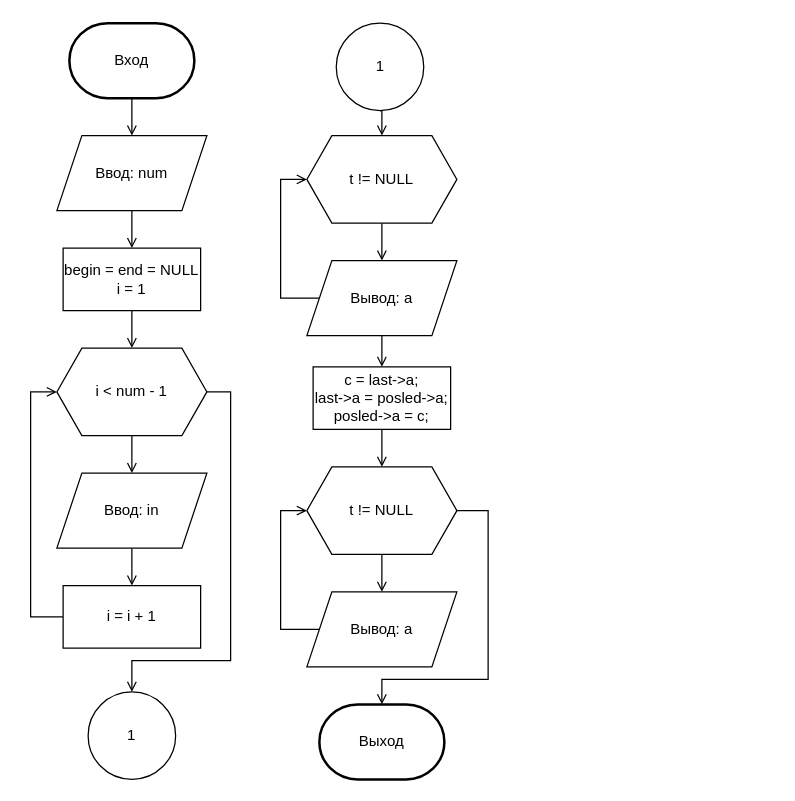
ArgumenTiKi/labs keeps this draw.io diagram as laba9.drawio. Above is the earlier version. Source tidied: cells renumbered, new cells numbered last; positions are measured from the earlier drawing's top-left corner, leaving out a move shared by most shapes. Both pictures are drawn from the tidied source at 125%, with x=0, y=0 at pixel (30, 22).
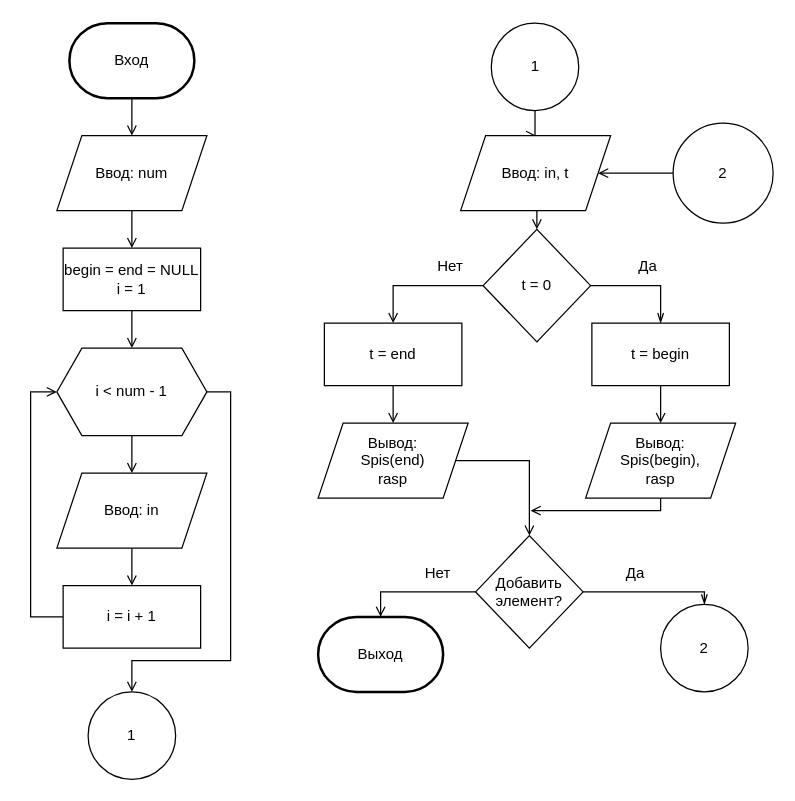
After the change.

Change to the diagram source:
```diff
@@
     <mxCell id="4" value="Выход" style="strokeWidth=2;html=1;shape=mxgraph.flowchart.terminator;whiteSpace=wrap;" parent="1" vertex="1">
-      <mxGeometry x="231" y="545" width="100" height="60" as="geometry" />
+      <mxGeometry x="230" y="475" width="100" height="60" as="geometry" />
     </mxCell>
@@
-    <mxCell id="13" style="edgeStyle=orthogonalEdgeStyle;rounded=0;jettySize=auto;html=1;exitX=0.5;exitY=1;exitDx=0;exitDy=0;entryX=0.5;entryY=0;entryDx=0;entryDy=0;endArrow=open;endFill=0;strokeColor=#000000;" parent="1" edge="1" source="14" target="21">
-      <mxGeometry relative="1" as="geometry" />
-    </mxCell>
+    <mxCell id="31" style="edgeStyle=orthogonalEdgeStyle;rounded=0;jettySize=auto;html=1;endArrow=open;endFill=0;" parent="1" edge="1" source="14">
+      <mxGeometry relative="1" as="geometry">
+        <mxPoint x="404" y="90" as="targetPoint" />
+      </mxGeometry>
+    </mxCell>
     <mxCell id="14" value="1" style="ellipse;whiteSpace=wrap;html=1;" parent="1" vertex="1">
-      <mxGeometry x="244.5" width="70" height="70" as="geometry" />
+      <mxGeometry x="368.5" width="70" height="70" as="geometry" />
     </mxCell>
@@
-    <mxCell id="18" style="edgeStyle=orthogonalEdgeStyle;rounded=0;jettySize=auto;html=1;entryX=0.5;entryY=0;entryDx=0;entryDy=0;endArrow=open;endFill=0;strokeColor=#000000;" parent="1" edge="1" source="19" target="27">
-      <mxGeometry relative="1" as="geometry" />
-    </mxCell>
-    <mxCell id="19" value="&lt;div&gt;c = last-&amp;gt;a;&lt;/div&gt;&lt;div&gt;&lt;span&gt; &lt;/span&gt;last-&amp;gt;a = posled-&amp;gt;a;&lt;/div&gt;&lt;div&gt;&lt;span&gt; &lt;/span&gt;posled-&amp;gt;a = c;&lt;/div&gt;" style="rounded=0;whiteSpace=wrap;html=1;" parent="1" vertex="1">
-      <mxGeometry x="226" y="275" width="110" height="50" as="geometry" />
-    </mxCell>
-    <mxCell id="20" style="edgeStyle=orthogonalEdgeStyle;rounded=0;jettySize=auto;html=1;endArrow=open;endFill=0;exitX=0.5;exitY=1;exitDx=0;exitDy=0;entryX=0.5;entryY=0;entryDx=0;entryDy=0;" parent="1" edge="1" source="21" target="24">
-      <mxGeometry relative="1" as="geometry" />
-    </mxCell>
-    <mxCell id="21" value="t != NULL" style="shape=hexagon;perimeter=hexagonPerimeter2;whiteSpace=wrap;html=1;fixedSize=1;" parent="1" vertex="1">
-      <mxGeometry x="221" y="90" width="120" height="70" as="geometry" />
-    </mxCell>
-    <mxCell id="22" style="edgeStyle=orthogonalEdgeStyle;rounded=0;jettySize=auto;html=1;endArrow=open;endFill=0;exitX=0;exitY=0.5;exitDx=0;exitDy=0;" parent="1" edge="1" source="24">
-      <mxGeometry relative="1" as="geometry">
-        <mxPoint x="221" y="125" as="targetPoint" />
-        <Array as="points">
-          <mxPoint x="200" y="220" />
-          <mxPoint x="200" y="125" />
-        </Array>
-      </mxGeometry>
-    </mxCell>
-    <mxCell id="23" style="edgeStyle=orthogonalEdgeStyle;rounded=0;jettySize=auto;html=1;exitX=0.5;exitY=1;exitDx=0;exitDy=0;entryX=0.5;entryY=0;entryDx=0;entryDy=0;endArrow=open;endFill=0;strokeColor=#000000;" parent="1" edge="1" source="24" target="19">
-      <mxGeometry relative="1" as="geometry" />
-    </mxCell>
-    <mxCell id="24" value="Вывод: a" style="shape=parallelogram;perimeter=parallelogramPerimeter;whiteSpace=wrap;html=1;fixedSize=1;" parent="1" vertex="1">
-      <mxGeometry x="221" y="190" width="120" height="60" as="geometry" />
-    </mxCell>
-    <mxCell id="25" style="edgeStyle=orthogonalEdgeStyle;rounded=0;jettySize=auto;html=1;endArrow=open;endFill=0;exitX=0.5;exitY=1;exitDx=0;exitDy=0;entryX=0.5;entryY=0;entryDx=0;entryDy=0;" parent="1" edge="1" source="27" target="29">
-      <mxGeometry relative="1" as="geometry" />
-    </mxCell>
-    <mxCell id="26" style="edgeStyle=orthogonalEdgeStyle;rounded=0;jettySize=auto;html=1;entryX=0.5;entryY=0;entryDx=0;entryDy=0;entryPerimeter=0;endArrow=open;endFill=0;strokeColor=#000000;" parent="1" edge="1" source="27" target="4">
-      <mxGeometry relative="1" as="geometry">
-        <Array as="points">
-          <mxPoint x="366" y="390" />
-          <mxPoint x="366" y="525" />
-          <mxPoint x="281" y="525" />
-        </Array>
-      </mxGeometry>
-    </mxCell>
-    <mxCell id="27" value="t != NULL" style="shape=hexagon;perimeter=hexagonPerimeter2;whiteSpace=wrap;html=1;fixedSize=1;" parent="1" vertex="1">
-      <mxGeometry x="221" y="355" width="120" height="70" as="geometry" />
-    </mxCell>
-    <mxCell id="28" style="edgeStyle=orthogonalEdgeStyle;rounded=0;jettySize=auto;html=1;endArrow=open;endFill=0;exitX=0;exitY=0.5;exitDx=0;exitDy=0;" parent="1" edge="1" source="29">
-      <mxGeometry relative="1" as="geometry">
-        <mxPoint x="221" y="390" as="targetPoint" />
-        <Array as="points">
-          <mxPoint x="200" y="485" />
-          <mxPoint x="200" y="390" />
-        </Array>
-      </mxGeometry>
-    </mxCell>
-    <mxCell id="29" value="Вывод: a" style="shape=parallelogram;perimeter=parallelogramPerimeter;whiteSpace=wrap;html=1;fixedSize=1;" parent="1" vertex="1">
-      <mxGeometry x="221" y="455" width="120" height="60" as="geometry" />
-    </mxCell>
@@
+    <mxCell id="32" style="edgeStyle=orthogonalEdgeStyle;rounded=0;jettySize=auto;html=1;exitX=0.5;exitY=1;exitDx=0;exitDy=0;entryX=0;entryY=0.5;entryDx=0;entryDy=0;endArrow=open;endFill=0;" parent="1" edge="1" source="33" target="38">
+      <mxGeometry relative="1" as="geometry" />
+    </mxCell>
+    <mxCell id="33" value="Ввод: in, t" style="shape=parallelogram;perimeter=parallelogramPerimeter;whiteSpace=wrap;html=1;fixedSize=1;" parent="1" vertex="1">
+      <mxGeometry x="344" y="90" width="120" height="60" as="geometry" />
+    </mxCell>
+    <mxCell id="34" value="t = begin" style="rounded=0;whiteSpace=wrap;html=1;" parent="1" vertex="1">
+      <mxGeometry x="449" y="240" width="110" height="50" as="geometry" />
+    </mxCell>
+    <mxCell id="35" style="edgeStyle=orthogonalEdgeStyle;rounded=0;jettySize=auto;html=1;exitX=0.5;exitY=1;exitDx=0;exitDy=0;entryX=0;entryY=0.5;entryDx=0;entryDy=0;" parent="1" edge="1" target="38">
+      <mxGeometry relative="1" as="geometry">
+        <mxPoint x="399" y="177" as="sourcePoint" />
+      </mxGeometry>
+    </mxCell>
+    <mxCell id="36" style="edgeStyle=orthogonalEdgeStyle;rounded=0;jettySize=auto;html=1;entryX=0.5;entryY=0;entryDx=0;entryDy=0;endArrow=openThin;endFill=0;" parent="1" edge="1" source="38" target="34">
+      <mxGeometry relative="1" as="geometry" />
+    </mxCell>
+    <mxCell id="37" style="edgeStyle=orthogonalEdgeStyle;rounded=0;jettySize=auto;html=1;entryX=0.5;entryY=0;entryDx=0;entryDy=0;endArrow=open;endFill=0;" parent="1" edge="1" source="38" target="42">
+      <mxGeometry relative="1" as="geometry" />
+    </mxCell>
+    <mxCell id="38" value="t = 0" style="rhombus;whiteSpace=wrap;html=1;direction=south;" parent="1" vertex="1">
+      <mxGeometry x="362" y="165" width="86" height="90" as="geometry" />
+    </mxCell>
+    <mxCell id="39" value="Нет" style="text;html=1;strokeColor=none;fillColor=none;align=center;verticalAlign=middle;whiteSpace=wrap;rounded=0;" parent="1" vertex="1">
+      <mxGeometry x="316" y="185" width="40" height="20" as="geometry" />
+    </mxCell>
+    <mxCell id="40" value="Да" style="text;html=1;strokeColor=none;fillColor=none;align=center;verticalAlign=middle;whiteSpace=wrap;rounded=0;" parent="1" vertex="1">
+      <mxGeometry x="474" y="185" width="40" height="20" as="geometry" />
+    </mxCell>
+    <mxCell id="41" style="edgeStyle=orthogonalEdgeStyle;rounded=0;jettySize=auto;html=1;entryX=0.5;entryY=0;entryDx=0;entryDy=0;endArrow=open;endFill=0;" parent="1" edge="1" source="42" target="44">
+      <mxGeometry relative="1" as="geometry" />
+    </mxCell>
+    <mxCell id="42" value="t = end" style="rounded=0;whiteSpace=wrap;html=1;" parent="1" vertex="1">
+      <mxGeometry x="235" y="240" width="110" height="50" as="geometry" />
+    </mxCell>
+    <mxCell id="43" style="edgeStyle=orthogonalEdgeStyle;rounded=0;jettySize=auto;html=1;endArrow=open;endFill=0;" parent="1" edge="1" source="44" target="51">
+      <mxGeometry relative="1" as="geometry" />
+    </mxCell>
+    <mxCell id="44" value="Вывод: &lt;br&gt;Spis(end)&lt;br&gt;rasp" style="shape=parallelogram;perimeter=parallelogramPerimeter;whiteSpace=wrap;html=1;fixedSize=1;" parent="1" vertex="1">
+      <mxGeometry x="230" y="320" width="120" height="60" as="geometry" />
+    </mxCell>
+    <mxCell id="45" style="edgeStyle=orthogonalEdgeStyle;rounded=0;jettySize=auto;html=1;entryX=0.5;entryY=0;entryDx=0;entryDy=0;endArrow=open;endFill=0;" parent="1" edge="1" target="47">
+      <mxGeometry relative="1" as="geometry">
+        <mxPoint x="504" y="290" as="sourcePoint" />
+      </mxGeometry>
+    </mxCell>
+    <mxCell id="46" style="edgeStyle=orthogonalEdgeStyle;rounded=0;jettySize=auto;html=1;endArrow=open;endFill=0;" parent="1" edge="1" source="47">
+      <mxGeometry relative="1" as="geometry">
+        <mxPoint x="400" y="390" as="targetPoint" />
+        <Array as="points">
+          <mxPoint x="504" y="390" />
+          <mxPoint x="400" y="390" />
+        </Array>
+      </mxGeometry>
+    </mxCell>
+    <mxCell id="47" value="Вывод: &lt;br&gt;Spis(begin),&lt;br&gt;rasp" style="shape=parallelogram;perimeter=parallelogramPerimeter;whiteSpace=wrap;html=1;fixedSize=1;" parent="1" vertex="1">
+      <mxGeometry x="444" y="320" width="120" height="60" as="geometry" />
+    </mxCell>
+    <mxCell id="48" style="edgeStyle=orthogonalEdgeStyle;rounded=0;jettySize=auto;html=1;exitX=0.5;exitY=1;exitDx=0;exitDy=0;entryX=0;entryY=0.5;entryDx=0;entryDy=0;" parent="1" edge="1" target="51">
+      <mxGeometry relative="1" as="geometry">
+        <mxPoint x="389" y="422" as="sourcePoint" />
+      </mxGeometry>
+    </mxCell>
+    <mxCell id="49" style="edgeStyle=orthogonalEdgeStyle;rounded=0;jettySize=auto;html=1;endArrow=openThin;endFill=0;entryX=0.5;entryY=0;entryDx=0;entryDy=0;" parent="1" edge="1" source="51" target="54">
+      <mxGeometry relative="1" as="geometry">
+        <Array as="points">
+          <mxPoint x="539" y="455" />
+        </Array>
+      </mxGeometry>
+    </mxCell>
+    <mxCell id="50" style="edgeStyle=orthogonalEdgeStyle;rounded=0;jettySize=auto;html=1;endArrow=open;endFill=0;entryX=0.5;entryY=0;entryDx=0;entryDy=0;entryPerimeter=0;" parent="1" edge="1" source="51" target="4">
+      <mxGeometry relative="1" as="geometry" />
+    </mxCell>
+    <mxCell id="51" value="Добавить&lt;br&gt;элемент?" style="rhombus;whiteSpace=wrap;html=1;direction=south;" parent="1" vertex="1">
+      <mxGeometry x="356" y="410" width="86" height="90" as="geometry" />
+    </mxCell>
+    <mxCell id="52" value="Нет" style="text;html=1;strokeColor=none;fillColor=none;align=center;verticalAlign=middle;whiteSpace=wrap;rounded=0;" parent="1" vertex="1">
+      <mxGeometry x="306" y="430" width="40" height="20" as="geometry" />
+    </mxCell>
+    <mxCell id="53" value="Да" style="text;html=1;strokeColor=none;fillColor=none;align=center;verticalAlign=middle;whiteSpace=wrap;rounded=0;" parent="1" vertex="1">
+      <mxGeometry x="464" y="430" width="40" height="20" as="geometry" />
+    </mxCell>
+    <mxCell id="54" value="2" style="ellipse;whiteSpace=wrap;html=1;" parent="1" vertex="1">
+      <mxGeometry x="504" y="465" width="70" height="70" as="geometry" />
+    </mxCell>
+    <mxCell id="55" style="edgeStyle=orthogonalEdgeStyle;rounded=0;jettySize=auto;html=1;endArrow=open;endFill=0;" parent="1" edge="1" source="56" target="33">
+      <mxGeometry relative="1" as="geometry" />
+    </mxCell>
+    <mxCell id="56" value="2" style="ellipse;whiteSpace=wrap;html=1;" parent="1" vertex="1">
+      <mxGeometry x="514" y="80" width="80" height="80" as="geometry" />
+    </mxCell>
```
